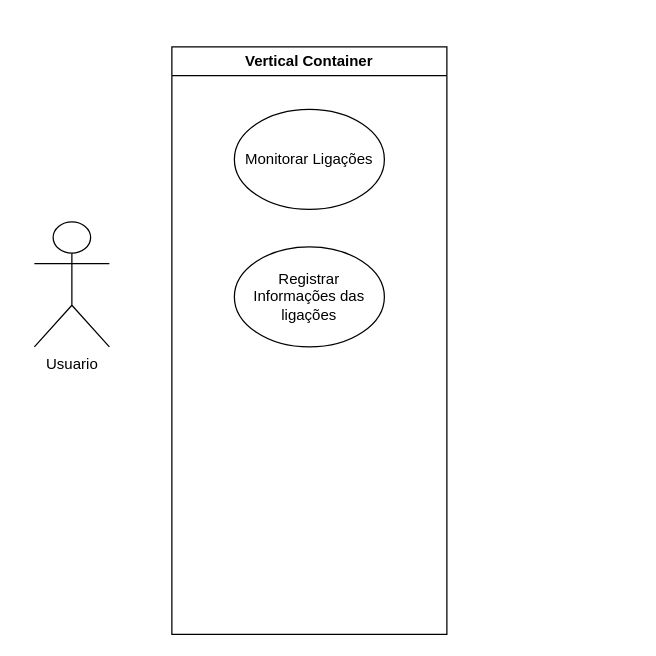
Above: TerceiraTarefa.drawio in ArcanjoDaGuarda/AnjoProjetos (draw.io), before the change. Source tidied: cells renumbered, new cells numbered last; positions are measured from the earlier drawing's top-left corner, leaving out a move shared by most shapes. Both pictures are drawn from the tidied source at 125%, with x=0, y=0 at pixel (34, 46).
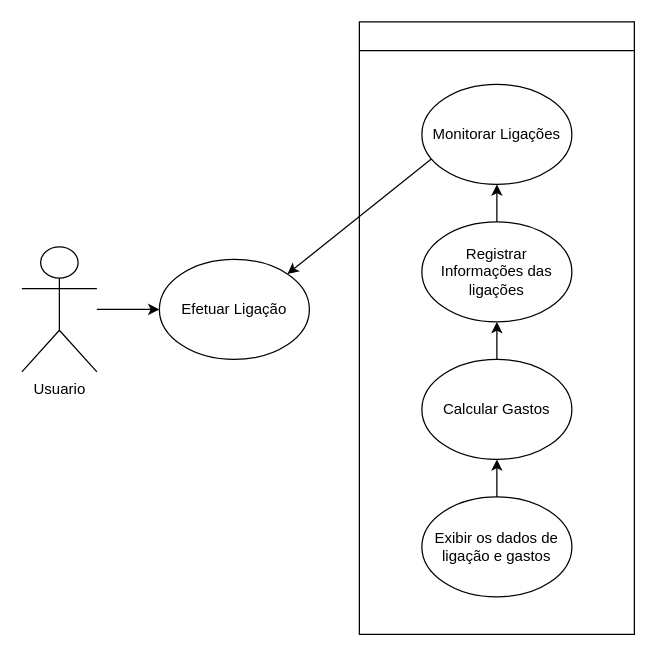
After the change.

Diff of the diagram source:
```diff
@@
 <mxGraphModel>
   <root>
     <mxCell id="0" />
     <mxCell id="1" parent="0" />
+    <mxCell id="6" style="edgeStyle=orthogonalEdgeStyle;rounded=0;jettySize=auto;html=1;" parent="1" edge="1" source="2" target="12">
+      <mxGeometry relative="1" as="geometry" />
+    </mxCell>
     <mxCell id="2" value="Usuario" style="shape=umlActor;verticalLabelPosition=bottom;verticalAlign=top;html=1;outlineConnect=0;" parent="1" vertex="1">
-      <mxGeometry y="140" width="60" height="100" as="geometry" />
+      <mxGeometry x="-10" y="160" width="60" height="100" as="geometry" />
     </mxCell>
-    <mxCell id="3" value="Vertical Container" style="swimlane;whiteSpace=wrap;html=1;" parent="1" vertex="1">
-      <mxGeometry x="110" width="220" height="470" as="geometry" />
+    <mxCell id="3" style="swimlane;whiteSpace=wrap;html=1;" parent="1" vertex="1">
+      <mxGeometry x="260" y="-20" width="220" height="490" as="geometry" />
     </mxCell>
     <mxCell id="4" value="Monitorar Ligações" style="ellipse;whiteSpace=wrap;html=1;" parent="3" vertex="1">
       <mxGeometry x="50" y="50" width="120" height="80" as="geometry" />
     </mxCell>
+    <mxCell id="7" style="edgeStyle=orthogonalEdgeStyle;rounded=0;jettySize=auto;html=1;" parent="3" edge="1" source="5" target="4">
+      <mxGeometry relative="1" as="geometry" />
+    </mxCell>
     <mxCell id="5" value="Registrar Informações das ligações" style="ellipse;whiteSpace=wrap;html=1;" parent="3" vertex="1">
       <mxGeometry x="50" y="160" width="120" height="80" as="geometry" />
     </mxCell>
+    <mxCell id="8" style="edgeStyle=orthogonalEdgeStyle;rounded=0;jettySize=auto;html=1;" parent="3" edge="1" source="9" target="5">
+      <mxGeometry relative="1" as="geometry" />
+    </mxCell>
+    <mxCell id="9" value="Calcular Gastos" style="ellipse;whiteSpace=wrap;html=1;" parent="3" vertex="1">
+      <mxGeometry x="50" y="270" width="120" height="80" as="geometry" />
+    </mxCell>
+    <mxCell id="10" style="edgeStyle=orthogonalEdgeStyle;rounded=0;jettySize=auto;html=1;" parent="3" edge="1" source="11" target="9">
+      <mxGeometry relative="1" as="geometry" />
+    </mxCell>
+    <mxCell id="11" value="Exibir os dados de ligação e gastos" style="ellipse;whiteSpace=wrap;html=1;" parent="3" vertex="1">
+      <mxGeometry x="50" y="380" width="120" height="80" as="geometry" />
+    </mxCell>
+    <mxCell id="12" value="Efetuar Ligação" style="ellipse;whiteSpace=wrap;html=1;" parent="1" vertex="1">
+      <mxGeometry x="100" y="170" width="120" height="80" as="geometry" />
+    </mxCell>
+    <mxCell id="13" style="endArrow=classic;html=1;rounded=0;entryX=1;entryY=0;entryDx=0;entryDy=0;exitX=0.063;exitY=0.747;exitDx=0;exitDy=0;exitPerimeter=0;" parent="1" edge="1" source="4" target="12">
+      <mxGeometry relative="1" as="geometry" />
+    </mxCell>
   </root>
 </mxGraphModel>
```
